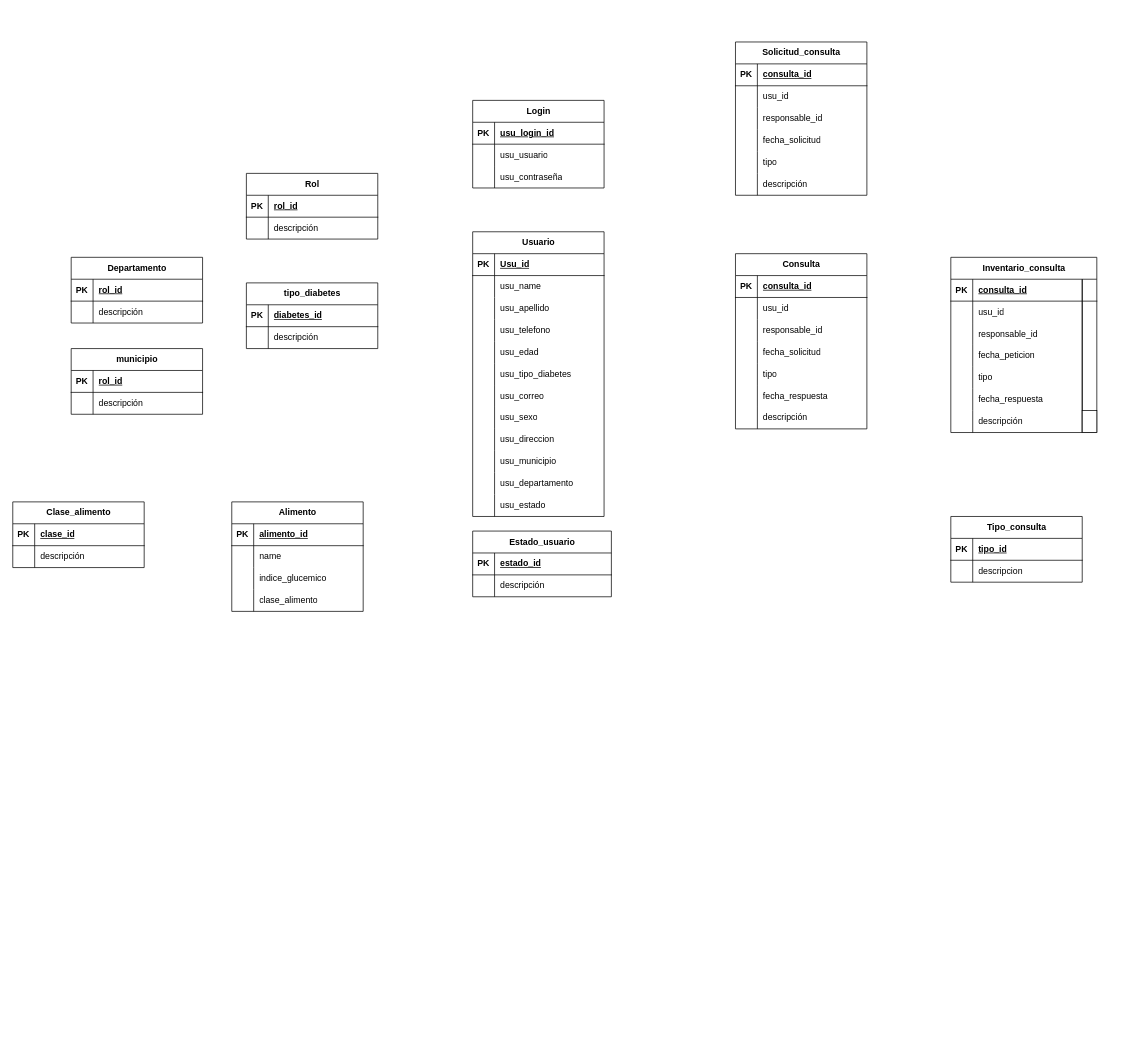
Before: Untitled Diagram.drawio in Marstiven/Proyecto_DiabSweet, a draw.io diagram. Source tidied: cells renumbered, new cells numbered last; positions are measured from the earlier drawing's top-left corner, leaving out a move shared by most shapes. Both pictures are drawn from the tidied source at 73%, with x=0, y=0 at pixel (12, 42).
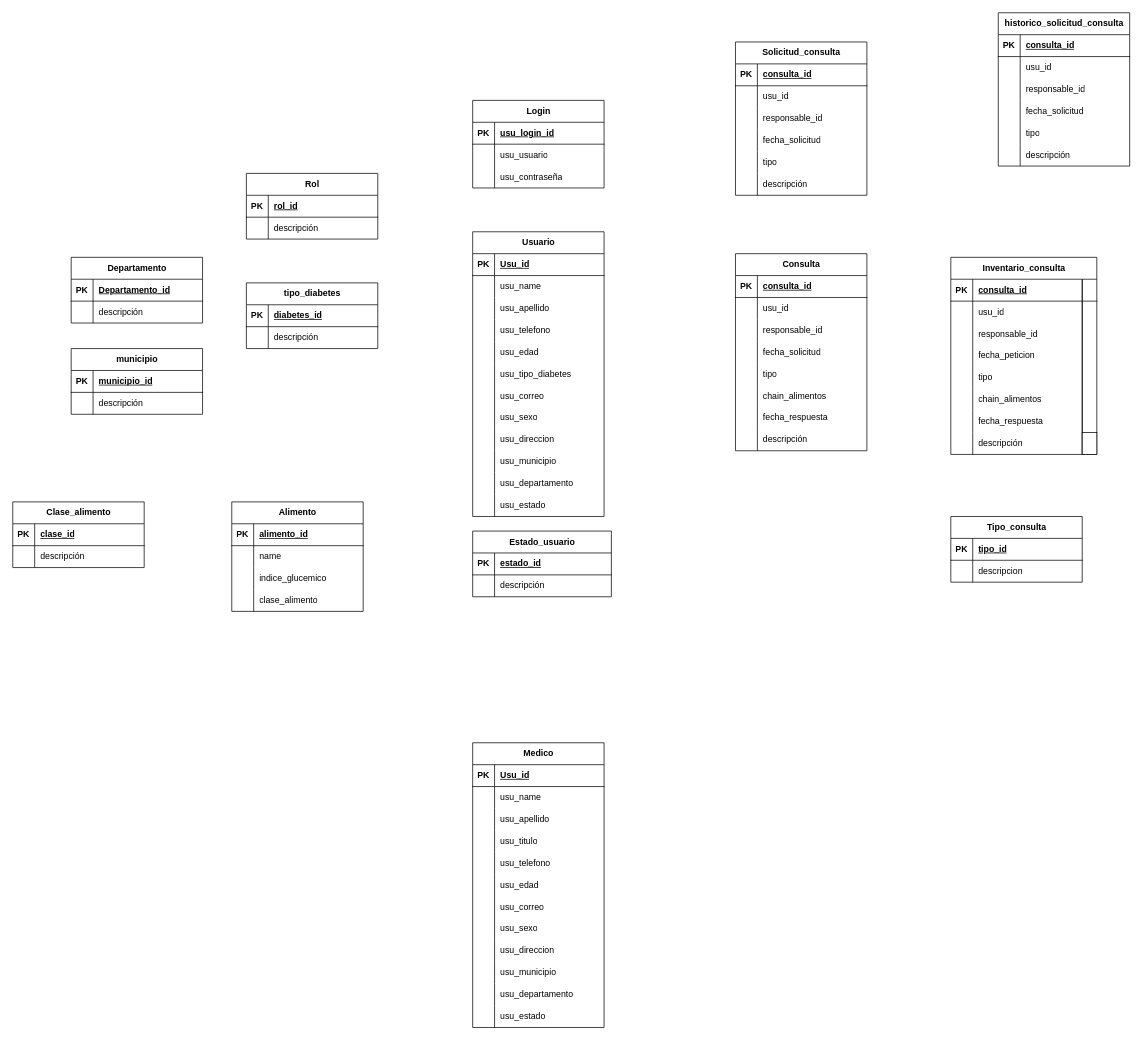
The same diagram, later.

The change refers to these unchanged cells:
```xml
<mxCell id="163" style="shape=tableRow;horizontal=0;startSize=0;swimlaneHead=0;swimlaneBody=0;fillColor=none;top=0;left=0;right=0;bottom=1;" parent="162" vertex="1">
  <mxGeometry y="30" width="180" height="30" as="geometry" />
</mxCell>
<mxCell id="170" style="shape=tableRow;horizontal=0;startSize=0;swimlaneHead=0;swimlaneBody=0;fillColor=none;top=0;left=0;right=0;bottom=1;" parent="169" vertex="1">
  <mxGeometry y="30" width="180" height="30" as="geometry" />
</mxCell>
```

Diff of the diagram source:
```diff
@@
     <mxCell id="90" value="Consulta" style="shape=table;startSize=30;childLayout=tableLayout;rowLines=0;fontStyle=1;align=center;html=1;" parent="1" vertex="1">
-      <mxGeometry x="990" y="290" width="180" height="240" as="geometry" />
+      <mxGeometry x="990" y="290" width="180" height="270" as="geometry" />
     </mxCell>
@@
+    <mxCell id="176" style="shape=tableRow;horizontal=0;startSize=0;swimlaneHead=0;swimlaneBody=0;fillColor=none;top=0;left=0;right=0;bottom=0;" parent="90" vertex="1">
+      <mxGeometry y="180" width="180" height="30" as="geometry" />
+    </mxCell>
+    <mxCell id="177" style="shape=partialRectangle;fillColor=none;top=0;left=0;bottom=0;right=0;overflow=hidden;whiteSpace=wrap;html=1;" parent="176" vertex="1">
+      <mxGeometry width="30" height="30" as="geometry" />
+    </mxCell>
+    <mxCell id="178" value="chain_alimentos" style="shape=partialRectangle;fillColor=none;top=0;left=0;bottom=0;right=0;align=left;spacingLeft=6;overflow=hidden;whiteSpace=wrap;html=1;" parent="176" vertex="1">
+      <mxGeometry x="30" width="150" height="30" as="geometry" />
+    </mxCell>
     <mxCell id="106" style="shape=tableRow;horizontal=0;startSize=0;swimlaneHead=0;swimlaneBody=0;fillColor=none;top=0;left=0;right=0;bottom=0;" parent="90" vertex="1">
-      <mxGeometry y="180" width="180" height="30" as="geometry" />
+      <mxGeometry y="210" width="180" height="30" as="geometry" />
     </mxCell>
@@
     <mxCell id="109" style="shape=tableRow;horizontal=0;startSize=0;swimlaneHead=0;swimlaneBody=0;fillColor=none;top=0;left=0;right=0;bottom=0;" parent="90" vertex="1">
-      <mxGeometry y="210" width="180" height="30" as="geometry" />
+      <mxGeometry y="240" width="180" height="30" as="geometry" />
     </mxCell>
@@
     <mxCell id="112" value="Inventario_consulta" style="shape=table;startSize=30;childLayout=tableLayout;rowLines=0;fontStyle=1;align=center;html=1;" parent="1" vertex="1">
-      <mxGeometry x="1285" y="295" width="200" height="240" as="geometry" />
+      <mxGeometry x="1285" y="295" width="200" height="270" as="geometry" />
     </mxCell>
@@
+    <mxCell id="179" style="shape=tableRow;horizontal=0;startSize=0;swimlaneHead=0;swimlaneBody=0;fillColor=none;top=0;left=0;right=0;bottom=0;" parent="112" vertex="1">
+      <mxGeometry y="180" width="200" height="30" as="geometry" />
+    </mxCell>
+    <mxCell id="180" style="shape=partialRectangle;fillColor=none;top=0;left=0;bottom=0;right=0;overflow=hidden;whiteSpace=wrap;html=1;" parent="179" vertex="1">
+      <mxGeometry width="30" height="30" as="geometry" />
+    </mxCell>
+    <mxCell id="181" value="chain_alimentos" style="shape=partialRectangle;fillColor=none;top=0;left=0;bottom=0;right=0;align=left;spacingLeft=6;overflow=hidden;whiteSpace=wrap;html=1;" parent="179" vertex="1">
+      <mxGeometry x="30" width="170" height="30" as="geometry" />
+    </mxCell>
     <mxCell id="128" style="shape=tableRow;horizontal=0;startSize=0;swimlaneHead=0;swimlaneBody=0;fillColor=none;top=0;left=0;right=0;bottom=0;" parent="112" vertex="1">
-      <mxGeometry y="180" width="200" height="30" as="geometry" />
+      <mxGeometry y="210" width="200" height="30" as="geometry" />
     </mxCell>
@@
     <mxCell id="131" style="shape=tableRow;horizontal=0;startSize=0;swimlaneHead=0;swimlaneBody=0;fillColor=none;top=0;left=0;right=0;bottom=0;" parent="112" vertex="1">
-      <mxGeometry y="210" width="200" height="30" as="geometry" />
+      <mxGeometry y="240" width="200" height="30" as="geometry" />
     </mxCell>
@@
-    <mxCell id="165" value="rol_id" style="shape=partialRectangle;fillColor=none;top=0;left=0;bottom=0;right=0;align=left;spacingLeft=6;fontStyle=5;overflow=hidden;whiteSpace=wrap;html=1;" parent="163" vertex="1">
+    <mxCell id="165" value="Departamento_id" style="shape=partialRectangle;fillColor=none;top=0;left=0;bottom=0;right=0;align=left;spacingLeft=6;fontStyle=5;overflow=hidden;whiteSpace=wrap;html=1;" parent="163" vertex="1">
       <mxGeometry x="30" width="150" height="30" as="geometry" />
     </mxCell>
@@
-    <mxCell id="172" value="rol_id" style="shape=partialRectangle;fillColor=none;top=0;left=0;bottom=0;right=0;align=left;spacingLeft=6;fontStyle=5;overflow=hidden;whiteSpace=wrap;html=1;" parent="170" vertex="1">
+    <mxCell id="172" value="municipio_id" style="shape=partialRectangle;fillColor=none;top=0;left=0;bottom=0;right=0;align=left;spacingLeft=6;fontStyle=5;overflow=hidden;whiteSpace=wrap;html=1;" parent="170" vertex="1">
       <mxGeometry x="30" width="150" height="30" as="geometry" />
     </mxCell>
@@
+    <mxCell id="182" value="historico_solicitud_consulta" style="shape=table;startSize=30;childLayout=tableLayout;rowLines=0;fontStyle=1;align=center;html=1;" parent="1" vertex="1">
+      <mxGeometry x="1350" y="-40" width="180" height="210" as="geometry" />
+    </mxCell>
+    <mxCell id="183" style="shape=tableRow;horizontal=0;startSize=0;swimlaneHead=0;swimlaneBody=0;fillColor=none;top=0;left=0;right=0;bottom=1;" parent="182" vertex="1">
+      <mxGeometry y="30" width="180" height="30" as="geometry" />
+    </mxCell>
+    <mxCell id="184" value="PK" style="shape=partialRectangle;fillColor=none;top=0;left=0;bottom=0;right=0;fontStyle=1;overflow=hidden;whiteSpace=wrap;html=1;" parent="183" vertex="1">
+      <mxGeometry width="30" height="30" as="geometry" />
+    </mxCell>
+    <mxCell id="185" value="consulta_id" style="shape=partialRectangle;fillColor=none;top=0;left=0;bottom=0;right=0;align=left;spacingLeft=6;fontStyle=5;overflow=hidden;whiteSpace=wrap;html=1;" parent="183" vertex="1">
+      <mxGeometry x="30" width="150" height="30" as="geometry" />
+    </mxCell>
+    <mxCell id="186" style="shape=tableRow;horizontal=0;startSize=0;swimlaneHead=0;swimlaneBody=0;fillColor=none;top=0;left=0;right=0;bottom=0;" parent="182" vertex="1">
+      <mxGeometry y="60" width="180" height="30" as="geometry" />
+    </mxCell>
+    <mxCell id="187" style="shape=partialRectangle;fillColor=none;top=0;left=0;bottom=0;right=0;overflow=hidden;whiteSpace=wrap;html=1;" parent="186" vertex="1">
+      <mxGeometry width="30" height="30" as="geometry" />
+    </mxCell>
+    <mxCell id="188" value="usu_id" style="shape=partialRectangle;fillColor=none;top=0;left=0;bottom=0;right=0;align=left;spacingLeft=6;overflow=hidden;whiteSpace=wrap;html=1;" parent="186" vertex="1">
+      <mxGeometry x="30" width="150" height="30" as="geometry" />
+    </mxCell>
+    <mxCell id="189" style="shape=tableRow;horizontal=0;startSize=0;swimlaneHead=0;swimlaneBody=0;fillColor=none;top=0;left=0;right=0;bottom=0;" parent="182" vertex="1">
+      <mxGeometry y="90" width="180" height="30" as="geometry" />
+    </mxCell>
+    <mxCell id="190" style="shape=partialRectangle;fillColor=none;top=0;left=0;bottom=0;right=0;overflow=hidden;whiteSpace=wrap;html=1;" parent="189" vertex="1">
+      <mxGeometry width="30" height="30" as="geometry" />
+    </mxCell>
+    <mxCell id="191" value="responsable_id" style="shape=partialRectangle;fillColor=none;top=0;left=0;bottom=0;right=0;align=left;spacingLeft=6;overflow=hidden;whiteSpace=wrap;html=1;" parent="189" vertex="1">
+      <mxGeometry x="30" width="150" height="30" as="geometry" />
+    </mxCell>
+    <mxCell id="192" style="shape=tableRow;horizontal=0;startSize=0;swimlaneHead=0;swimlaneBody=0;fillColor=none;top=0;left=0;right=0;bottom=0;" parent="182" vertex="1">
+      <mxGeometry y="120" width="180" height="30" as="geometry" />
+    </mxCell>
+    <mxCell id="193" style="shape=partialRectangle;fillColor=none;top=0;left=0;bottom=0;right=0;overflow=hidden;whiteSpace=wrap;html=1;" parent="192" vertex="1">
+      <mxGeometry width="30" height="30" as="geometry" />
+    </mxCell>
+    <mxCell id="194" value="fecha_solicitud" style="shape=partialRectangle;fillColor=none;top=0;left=0;bottom=0;right=0;align=left;spacingLeft=6;overflow=hidden;whiteSpace=wrap;html=1;" parent="192" vertex="1">
+      <mxGeometry x="30" width="150" height="30" as="geometry" />
+    </mxCell>
+    <mxCell id="195" style="shape=tableRow;horizontal=0;startSize=0;swimlaneHead=0;swimlaneBody=0;fillColor=none;top=0;left=0;right=0;bottom=0;" parent="182" vertex="1">
+      <mxGeometry y="150" width="180" height="30" as="geometry" />
+    </mxCell>
+    <mxCell id="196" style="shape=partialRectangle;fillColor=none;top=0;left=0;bottom=0;right=0;overflow=hidden;whiteSpace=wrap;html=1;" parent="195" vertex="1">
+      <mxGeometry width="30" height="30" as="geometry" />
+    </mxCell>
+    <mxCell id="197" value="tipo" style="shape=partialRectangle;fillColor=none;top=0;left=0;bottom=0;right=0;align=left;spacingLeft=6;overflow=hidden;whiteSpace=wrap;html=1;" parent="195" vertex="1">
+      <mxGeometry x="30" width="150" height="30" as="geometry" />
+    </mxCell>
+    <mxCell id="198" style="shape=tableRow;horizontal=0;startSize=0;swimlaneHead=0;swimlaneBody=0;fillColor=none;top=0;left=0;right=0;bottom=0;" parent="182" vertex="1">
+      <mxGeometry y="180" width="180" height="30" as="geometry" />
+    </mxCell>
+    <mxCell id="199" style="shape=partialRectangle;fillColor=none;top=0;left=0;bottom=0;right=0;overflow=hidden;whiteSpace=wrap;html=1;" parent="198" vertex="1">
+      <mxGeometry width="30" height="30" as="geometry" />
+    </mxCell>
+    <mxCell id="200" value="descripción" style="shape=partialRectangle;fillColor=none;top=0;left=0;bottom=0;right=0;align=left;spacingLeft=6;overflow=hidden;whiteSpace=wrap;html=1;" parent="198" vertex="1">
+      <mxGeometry x="30" width="150" height="30" as="geometry" />
+    </mxCell>
+    <mxCell id="201" value="Medico" style="shape=table;startSize=30;childLayout=tableLayout;rowLines=0;fontStyle=1;align=center;html=1;" parent="1" vertex="1">
+      <mxGeometry x="630" y="960" width="180" height="390" as="geometry" />
+    </mxCell>
+    <mxCell id="202" style="shape=tableRow;horizontal=0;startSize=0;swimlaneHead=0;swimlaneBody=0;fillColor=none;top=0;left=0;right=0;bottom=1;" parent="201" vertex="1">
+      <mxGeometry y="30" width="180" height="30" as="geometry" />
+    </mxCell>
+    <mxCell id="203" value="PK" style="shape=partialRectangle;fillColor=none;top=0;left=0;bottom=0;right=0;fontStyle=1;overflow=hidden;whiteSpace=wrap;html=1;" parent="202" vertex="1">
+      <mxGeometry width="30" height="30" as="geometry" />
+    </mxCell>
+    <mxCell id="204" value="Usu_id" style="shape=partialRectangle;fillColor=none;top=0;left=0;bottom=0;right=0;align=left;spacingLeft=6;fontStyle=5;overflow=hidden;whiteSpace=wrap;html=1;" parent="202" vertex="1">
+      <mxGeometry x="30" width="150" height="30" as="geometry" />
+    </mxCell>
+    <mxCell id="205" style="shape=tableRow;horizontal=0;startSize=0;swimlaneHead=0;swimlaneBody=0;fillColor=none;top=0;left=0;right=0;bottom=0;" parent="201" vertex="1">
+      <mxGeometry y="60" width="180" height="30" as="geometry" />
+    </mxCell>
+    <mxCell id="206" style="shape=partialRectangle;fillColor=none;top=0;left=0;bottom=0;right=0;overflow=hidden;whiteSpace=wrap;html=1;" parent="205" vertex="1">
+      <mxGeometry width="30" height="30" as="geometry" />
+    </mxCell>
+    <mxCell id="207" value="usu_name" style="shape=partialRectangle;fillColor=none;top=0;left=0;bottom=0;right=0;align=left;spacingLeft=6;overflow=hidden;whiteSpace=wrap;html=1;" parent="205" vertex="1">
+      <mxGeometry x="30" width="150" height="30" as="geometry" />
+    </mxCell>
+    <mxCell id="208" style="shape=tableRow;horizontal=0;startSize=0;swimlaneHead=0;swimlaneBody=0;fillColor=none;top=0;left=0;right=0;bottom=0;" parent="201" vertex="1">
+      <mxGeometry y="90" width="180" height="30" as="geometry" />
+    </mxCell>
+    <mxCell id="209" style="shape=partialRectangle;fillColor=none;top=0;left=0;bottom=0;right=0;overflow=hidden;whiteSpace=wrap;html=1;" parent="208" vertex="1">
+      <mxGeometry width="30" height="30" as="geometry" />
+    </mxCell>
+    <mxCell id="210" value="usu_apellido" style="shape=partialRectangle;fillColor=none;top=0;left=0;bottom=0;right=0;align=left;spacingLeft=6;overflow=hidden;whiteSpace=wrap;html=1;" parent="208" vertex="1">
+      <mxGeometry x="30" width="150" height="30" as="geometry" />
+    </mxCell>
+    <mxCell id="211" style="shape=tableRow;horizontal=0;startSize=0;swimlaneHead=0;swimlaneBody=0;fillColor=none;top=0;left=0;right=0;bottom=0;" parent="201" vertex="1">
+      <mxGeometry y="120" width="180" height="30" as="geometry" />
+    </mxCell>
+    <mxCell id="212" style="shape=partialRectangle;fillColor=none;top=0;left=0;bottom=0;right=0;overflow=hidden;whiteSpace=wrap;html=1;" parent="211" vertex="1">
+      <mxGeometry width="30" height="30" as="geometry" />
+    </mxCell>
+    <mxCell id="213" value="usu_titulo" style="shape=partialRectangle;fillColor=none;top=0;left=0;bottom=0;right=0;align=left;spacingLeft=6;overflow=hidden;whiteSpace=wrap;html=1;" parent="211" vertex="1">
+      <mxGeometry x="30" width="150" height="30" as="geometry" />
+    </mxCell>
+    <mxCell id="214" style="shape=tableRow;horizontal=0;startSize=0;swimlaneHead=0;swimlaneBody=0;fillColor=none;top=0;left=0;right=0;bottom=0;" parent="201" vertex="1">
+      <mxGeometry y="150" width="180" height="30" as="geometry" />
+    </mxCell>
+    <mxCell id="215" style="shape=partialRectangle;fillColor=none;top=0;left=0;bottom=0;right=0;overflow=hidden;whiteSpace=wrap;html=1;" parent="214" vertex="1">
+      <mxGeometry width="30" height="30" as="geometry" />
+    </mxCell>
+    <mxCell id="216" value="usu_telefono" style="shape=partialRectangle;fillColor=none;top=0;left=0;bottom=0;right=0;align=left;spacingLeft=6;overflow=hidden;whiteSpace=wrap;html=1;" parent="214" vertex="1">
+      <mxGeometry x="30" width="150" height="30" as="geometry" />
+    </mxCell>
+    <mxCell id="217" style="shape=tableRow;horizontal=0;startSize=0;swimlaneHead=0;swimlaneBody=0;fillColor=none;top=0;left=0;right=0;bottom=0;" parent="201" vertex="1">
+      <mxGeometry y="180" width="180" height="30" as="geometry" />
+    </mxCell>
+    <mxCell id="218" style="shape=partialRectangle;fillColor=none;top=0;left=0;bottom=0;right=0;overflow=hidden;whiteSpace=wrap;html=1;" parent="217" vertex="1">
+      <mxGeometry width="30" height="30" as="geometry" />
+    </mxCell>
+    <mxCell id="219" value="usu_edad" style="shape=partialRectangle;fillColor=none;top=0;left=0;bottom=0;right=0;align=left;spacingLeft=6;overflow=hidden;whiteSpace=wrap;html=1;" parent="217" vertex="1">
+      <mxGeometry x="30" width="150" height="30" as="geometry" />
+    </mxCell>
+    <mxCell id="220" style="shape=tableRow;horizontal=0;startSize=0;swimlaneHead=0;swimlaneBody=0;fillColor=none;top=0;left=0;right=0;bottom=0;" parent="201" vertex="1">
+      <mxGeometry y="210" width="180" height="30" as="geometry" />
+    </mxCell>
+    <mxCell id="221" style="shape=partialRectangle;fillColor=none;top=0;left=0;bottom=0;right=0;overflow=hidden;whiteSpace=wrap;html=1;" parent="220" vertex="1">
+      <mxGeometry width="30" height="30" as="geometry" />
+    </mxCell>
+    <mxCell id="222" value="usu_correo" style="shape=partialRectangle;fillColor=none;top=0;left=0;bottom=0;right=0;align=left;spacingLeft=6;overflow=hidden;whiteSpace=wrap;html=1;" parent="220" vertex="1">
+      <mxGeometry x="30" width="150" height="30" as="geometry" />
+    </mxCell>
+    <mxCell id="223" style="shape=tableRow;horizontal=0;startSize=0;swimlaneHead=0;swimlaneBody=0;fillColor=none;top=0;left=0;right=0;bottom=0;" parent="201" vertex="1">
+      <mxGeometry y="240" width="180" height="30" as="geometry" />
+    </mxCell>
+    <mxCell id="224" style="shape=partialRectangle;fillColor=none;top=0;left=0;bottom=0;right=0;overflow=hidden;whiteSpace=wrap;html=1;" parent="223" vertex="1">
+      <mxGeometry width="30" height="30" as="geometry" />
+    </mxCell>
+    <mxCell id="225" value="usu_sexo" style="shape=partialRectangle;fillColor=none;top=0;left=0;bottom=0;right=0;align=left;spacingLeft=6;overflow=hidden;whiteSpace=wrap;html=1;" parent="223" vertex="1">
+      <mxGeometry x="30" width="150" height="30" as="geometry" />
+    </mxCell>
+    <mxCell id="226" style="shape=tableRow;horizontal=0;startSize=0;swimlaneHead=0;swimlaneBody=0;fillColor=none;top=0;left=0;right=0;bottom=0;" parent="201" vertex="1">
+      <mxGeometry y="270" width="180" height="30" as="geometry" />
+    </mxCell>
+    <mxCell id="227" style="shape=partialRectangle;fillColor=none;top=0;left=0;bottom=0;right=0;overflow=hidden;whiteSpace=wrap;html=1;" parent="226" vertex="1">
+      <mxGeometry width="30" height="30" as="geometry" />
+    </mxCell>
+    <mxCell id="228" value="usu_direccion" style="shape=partialRectangle;fillColor=none;top=0;left=0;bottom=0;right=0;align=left;spacingLeft=6;overflow=hidden;whiteSpace=wrap;html=1;" parent="226" vertex="1">
+      <mxGeometry x="30" width="150" height="30" as="geometry" />
+    </mxCell>
+    <mxCell id="229" style="shape=tableRow;horizontal=0;startSize=0;swimlaneHead=0;swimlaneBody=0;fillColor=none;top=0;left=0;right=0;bottom=0;" parent="201" vertex="1">
+      <mxGeometry y="300" width="180" height="30" as="geometry" />
+    </mxCell>
+    <mxCell id="230" style="shape=partialRectangle;fillColor=none;top=0;left=0;bottom=0;right=0;overflow=hidden;whiteSpace=wrap;html=1;" parent="229" vertex="1">
+      <mxGeometry width="30" height="30" as="geometry" />
+    </mxCell>
+    <mxCell id="231" value="usu_municipio" style="shape=partialRectangle;fillColor=none;top=0;left=0;bottom=0;right=0;align=left;spacingLeft=6;overflow=hidden;whiteSpace=wrap;html=1;" parent="229" vertex="1">
+      <mxGeometry x="30" width="150" height="30" as="geometry" />
+    </mxCell>
+    <mxCell id="232" style="shape=tableRow;horizontal=0;startSize=0;swimlaneHead=0;swimlaneBody=0;fillColor=none;top=0;left=0;right=0;bottom=0;" parent="201" vertex="1">
+      <mxGeometry y="330" width="180" height="30" as="geometry" />
+    </mxCell>
+    <mxCell id="233" style="shape=partialRectangle;fillColor=none;top=0;left=0;bottom=0;right=0;overflow=hidden;whiteSpace=wrap;html=1;" parent="232" vertex="1">
+      <mxGeometry width="30" height="30" as="geometry" />
+    </mxCell>
+    <mxCell id="234" value="usu_departamento" style="shape=partialRectangle;fillColor=none;top=0;left=0;bottom=0;right=0;align=left;spacingLeft=6;overflow=hidden;whiteSpace=wrap;html=1;" parent="232" vertex="1">
+      <mxGeometry x="30" width="150" height="30" as="geometry" />
+    </mxCell>
+    <mxCell id="235" style="shape=tableRow;horizontal=0;startSize=0;swimlaneHead=0;swimlaneBody=0;fillColor=none;top=0;left=0;right=0;bottom=0;" parent="201" vertex="1">
+      <mxGeometry y="360" width="180" height="30" as="geometry" />
+    </mxCell>
+    <mxCell id="236" style="shape=partialRectangle;fillColor=none;top=0;left=0;bottom=0;right=0;overflow=hidden;whiteSpace=wrap;html=1;" parent="235" vertex="1">
+      <mxGeometry width="30" height="30" as="geometry" />
+    </mxCell>
+    <mxCell id="237" value="usu_estado" style="shape=partialRectangle;fillColor=none;top=0;left=0;bottom=0;right=0;align=left;spacingLeft=6;overflow=hidden;whiteSpace=wrap;html=1;" parent="235" vertex="1">
+      <mxGeometry x="30" width="150" height="30" as="geometry" />
+    </mxCell>
```
